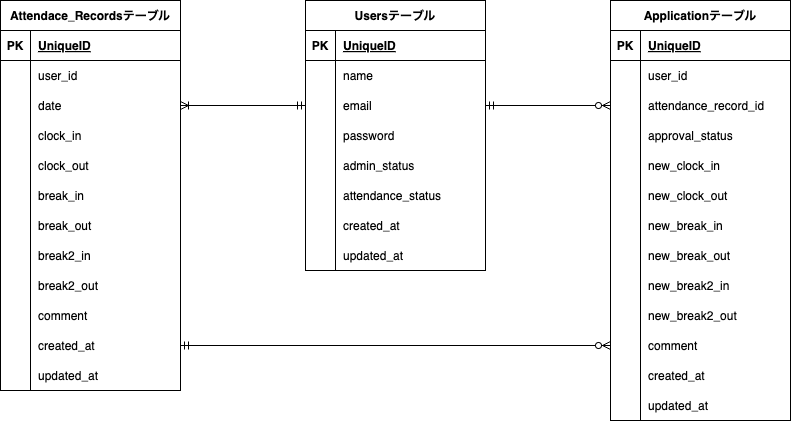
Before: er.drawio.png, a diagram exported from draw.io (nanaka-miura/Attendance-management-system). Source tidied: cells renumbered, new cells last; positions are measured from the earlier drawing's top-left corner, leaving out a move shared by most shapes.
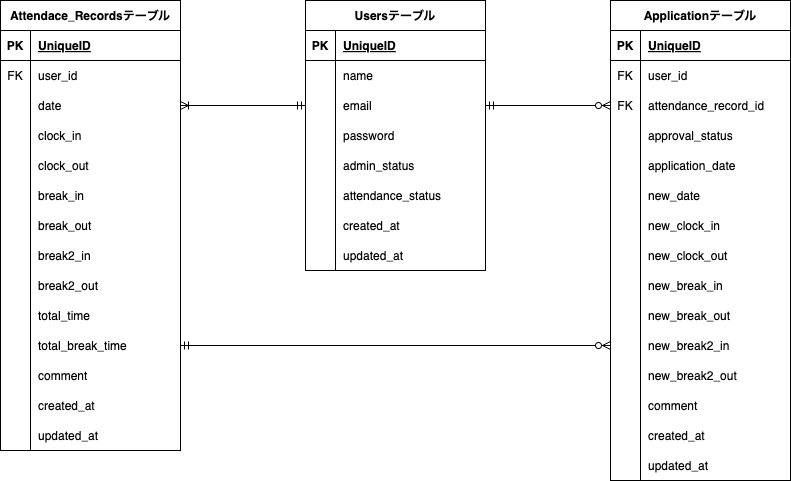
The same diagram one commit later.

Diff of the diagram source:
```diff
@@ -78,7 +78,7 @@
       <mxGeometry x="30" width="150" height="30" as="geometry" />
     </mxCell>
     <mxCell id="27" value="Attendace_Recordsテーブル" style="shape=table;startSize=30;rowLines=0;fontStyle=1;align=center;" parent="1" vertex="1">
-      <mxGeometry width="180" height="390" as="geometry" />
+      <mxGeometry width="180" height="450" as="geometry" />
     </mxCell>
     <mxCell id="28" style="shape=tableRow;horizontal=0;startSize=0;swimlaneHead=0;swimlaneBody=0;fillColor=none;top=0;left=0;right=0;bottom=1;" parent="27" vertex="1">
       <mxGeometry y="30" width="180" height="30" as="geometry" />
@@ -92,7 +92,7 @@
     <mxCell id="31" style="shape=tableRow;horizontal=0;startSize=0;swimlaneHead=0;swimlaneBody=0;fillColor=none;top=0;left=0;right=0;bottom=0;" parent="27" vertex="1">
       <mxGeometry y="60" width="180" height="30" as="geometry" />
     </mxCell>
-    <mxCell id="32" style="shape=partialRectangle;fillColor=none;top=0;left=0;bottom=0;right=0;overflow=hidden;" parent="31" vertex="1">
+    <mxCell id="32" value="FK" style="shape=partialRectangle;fillColor=none;top=0;left=0;bottom=0;right=0;overflow=hidden;" parent="31" vertex="1">
       <mxGeometry width="30" height="30" as="geometry" />
     </mxCell>
     <mxCell id="33" value="user_id" style="shape=partialRectangle;fillColor=none;top=0;left=0;bottom=0;right=0;align=left;spacingLeft=6;overflow=hidden;" parent="31" vertex="1">
@@ -167,7 +167,7 @@
     <mxCell id="56" style="shape=partialRectangle;fillColor=none;top=0;left=0;bottom=0;right=0;overflow=hidden;" parent="55" vertex="1">
       <mxGeometry width="30" height="30" as="geometry" />
     </mxCell>
-    <mxCell id="57" value="comment" style="shape=partialRectangle;fillColor=none;top=0;left=0;bottom=0;right=0;align=left;spacingLeft=6;overflow=hidden;" parent="55" vertex="1">
+    <mxCell id="57" value="total_time" style="shape=partialRectangle;fillColor=none;top=0;left=0;bottom=0;right=0;align=left;spacingLeft=6;overflow=hidden;" parent="55" vertex="1">
       <mxGeometry x="30" width="150" height="30" as="geometry" />
     </mxCell>
     <mxCell id="58" style="shape=tableRow;horizontal=0;startSize=0;swimlaneHead=0;swimlaneBody=0;fillColor=none;points=[[0,0.5],[1,0.5]];portConstraint=eastwest;top=0;left=0;right=0;bottom=0;" parent="27" vertex="1">
@@ -176,7 +176,7 @@
     <mxCell id="59" style="shape=partialRectangle;fillColor=none;top=0;left=0;bottom=0;right=0;overflow=hidden;" parent="58" vertex="1">
       <mxGeometry width="30" height="30" as="geometry" />
     </mxCell>
-    <mxCell id="60" value="created_at" style="shape=partialRectangle;fillColor=none;top=0;left=0;bottom=0;right=0;align=left;spacingLeft=6;overflow=hidden;" parent="58" vertex="1">
+    <mxCell id="60" value="total_break_time" style="shape=partialRectangle;fillColor=none;top=0;left=0;bottom=0;right=0;align=left;spacingLeft=6;overflow=hidden;" parent="58" vertex="1">
       <mxGeometry x="30" width="150" height="30" as="geometry" />
     </mxCell>
     <mxCell id="61" style="shape=tableRow;horizontal=0;startSize=0;swimlaneHead=0;swimlaneBody=0;fillColor=none;top=0;left=0;right=0;bottom=0;" parent="27" vertex="1">
@@ -185,11 +185,29 @@
     <mxCell id="62" style="shape=partialRectangle;fillColor=none;top=0;left=0;bottom=0;right=0;overflow=hidden;" parent="61" vertex="1">
       <mxGeometry width="30" height="30" as="geometry" />
     </mxCell>
-    <mxCell id="63" value="updated_at" style="shape=partialRectangle;fillColor=none;top=0;left=0;bottom=0;right=0;align=left;spacingLeft=6;overflow=hidden;" parent="61" vertex="1">
+    <mxCell id="63" value="comment" style="shape=partialRectangle;fillColor=none;top=0;left=0;bottom=0;right=0;align=left;spacingLeft=6;overflow=hidden;" parent="61" vertex="1">
       <mxGeometry x="30" width="150" height="30" as="geometry" />
     </mxCell>
+    <mxCell id="107" style="shape=tableRow;horizontal=0;startSize=0;swimlaneHead=0;swimlaneBody=0;fillColor=none;top=0;left=0;right=0;bottom=0;" parent="27" vertex="1">
+      <mxGeometry y="390" width="180" height="30" as="geometry" />
+    </mxCell>
+    <mxCell id="108" style="shape=partialRectangle;fillColor=none;top=0;left=0;bottom=0;right=0;overflow=hidden;" parent="107" vertex="1">
+      <mxGeometry width="30" height="30" as="geometry" />
+    </mxCell>
+    <mxCell id="109" value="created_at" style="shape=partialRectangle;fillColor=none;top=0;left=0;bottom=0;right=0;align=left;spacingLeft=6;overflow=hidden;" parent="107" vertex="1">
+      <mxGeometry x="30" width="150" height="30" as="geometry" />
+    </mxCell>
+    <mxCell id="110" style="shape=tableRow;horizontal=0;startSize=0;swimlaneHead=0;swimlaneBody=0;fillColor=none;top=0;left=0;right=0;bottom=0;" parent="27" vertex="1">
+      <mxGeometry y="420" width="180" height="30" as="geometry" />
+    </mxCell>
+    <mxCell id="111" style="shape=partialRectangle;fillColor=none;top=0;left=0;bottom=0;right=0;overflow=hidden;" parent="110" vertex="1">
+      <mxGeometry width="30" height="30" as="geometry" />
+    </mxCell>
+    <mxCell id="112" value="updated_at" style="shape=partialRectangle;fillColor=none;top=0;left=0;bottom=0;right=0;align=left;spacingLeft=6;overflow=hidden;" parent="110" vertex="1">
+      <mxGeometry x="30" width="150" height="30" as="geometry" />
+    </mxCell>
     <mxCell id="64" value="Applicationテーブル" style="shape=table;startSize=30;rowLines=0;fontStyle=1;align=center;" parent="1" vertex="1">
-      <mxGeometry x="610" width="180" height="420" as="geometry" />
+      <mxGeometry x="610" width="180" height="480" as="geometry" />
     </mxCell>
     <mxCell id="65" style="shape=tableRow;horizontal=0;startSize=0;swimlaneHead=0;swimlaneBody=0;fillColor=none;top=0;left=0;right=0;bottom=1;" parent="64" vertex="1">
       <mxGeometry y="30" width="180" height="30" as="geometry" />
@@ -203,7 +221,7 @@
     <mxCell id="68" style="shape=tableRow;horizontal=0;startSize=0;swimlaneHead=0;swimlaneBody=0;fillColor=none;top=0;left=0;right=0;bottom=0;" parent="64" vertex="1">
       <mxGeometry y="60" width="180" height="30" as="geometry" />
     </mxCell>
-    <mxCell id="69" style="shape=partialRectangle;fillColor=none;top=0;left=0;bottom=0;right=0;overflow=hidden;" parent="68" vertex="1">
+    <mxCell id="69" value="FK" style="shape=partialRectangle;fillColor=none;top=0;left=0;bottom=0;right=0;overflow=hidden;" parent="68" vertex="1">
       <mxGeometry width="30" height="30" as="geometry" />
     </mxCell>
     <mxCell id="70" value="user_id" style="shape=partialRectangle;fillColor=none;top=0;left=0;bottom=0;right=0;align=left;spacingLeft=6;overflow=hidden;" parent="68" vertex="1">
@@ -212,7 +230,7 @@
     <mxCell id="71" style="shape=tableRow;horizontal=0;startSize=0;swimlaneHead=0;swimlaneBody=0;fillColor=none;points=[[0,0.5],[1,0.5]];portConstraint=eastwest;top=0;left=0;right=0;bottom=0;" parent="64" vertex="1">
       <mxGeometry y="90" width="180" height="30" as="geometry" />
     </mxCell>
-    <mxCell id="72" style="shape=partialRectangle;fillColor=none;top=0;left=0;bottom=0;right=0;overflow=hidden;" parent="71" vertex="1">
+    <mxCell id="72" value="FK" style="shape=partialRectangle;fillColor=none;top=0;left=0;bottom=0;right=0;overflow=hidden;" parent="71" vertex="1">
       <mxGeometry width="30" height="30" as="geometry" />
     </mxCell>
     <mxCell id="73" value="attendance_record_id" style="shape=partialRectangle;fillColor=none;top=0;left=0;bottom=0;right=0;align=left;spacingLeft=6;overflow=hidden;" parent="71" vertex="1">
@@ -233,7 +251,7 @@
     <mxCell id="78" style="shape=partialRectangle;fillColor=none;top=0;left=0;bottom=0;right=0;overflow=hidden;" parent="77" vertex="1">
       <mxGeometry width="30" height="30" as="geometry" />
     </mxCell>
-    <mxCell id="79" value="new_clock_in" style="shape=partialRectangle;fillColor=none;top=0;left=0;bottom=0;right=0;align=left;spacingLeft=6;overflow=hidden;" parent="77" vertex="1">
+    <mxCell id="79" value="application_date" style="shape=partialRectangle;fillColor=none;top=0;left=0;bottom=0;right=0;align=left;spacingLeft=6;overflow=hidden;" parent="77" vertex="1">
       <mxGeometry x="30" width="150" height="30" as="geometry" />
     </mxCell>
     <mxCell id="80" style="shape=tableRow;horizontal=0;startSize=0;swimlaneHead=0;swimlaneBody=0;fillColor=none;top=0;left=0;right=0;bottom=0;" parent="64" vertex="1">
@@ -242,7 +260,7 @@
     <mxCell id="81" style="shape=partialRectangle;fillColor=none;top=0;left=0;bottom=0;right=0;overflow=hidden;" parent="80" vertex="1">
       <mxGeometry width="30" height="30" as="geometry" />
     </mxCell>
-    <mxCell id="82" value="new_clock_out" style="shape=partialRectangle;fillColor=none;top=0;left=0;bottom=0;right=0;align=left;spacingLeft=6;overflow=hidden;" parent="80" vertex="1">
+    <mxCell id="82" value="new_date" style="shape=partialRectangle;fillColor=none;top=0;left=0;bottom=0;right=0;align=left;spacingLeft=6;overflow=hidden;" parent="80" vertex="1">
       <mxGeometry x="30" width="150" height="30" as="geometry" />
     </mxCell>
     <mxCell id="83" style="shape=tableRow;horizontal=0;startSize=0;swimlaneHead=0;swimlaneBody=0;fillColor=none;top=0;left=0;right=0;bottom=0;" parent="64" vertex="1">
@@ -251,7 +269,7 @@
     <mxCell id="84" style="shape=partialRectangle;fillColor=none;top=0;left=0;bottom=0;right=0;overflow=hidden;" parent="83" vertex="1">
       <mxGeometry width="30" height="30" as="geometry" />
     </mxCell>
-    <mxCell id="85" value="new_break_in" style="shape=partialRectangle;fillColor=none;top=0;left=0;bottom=0;right=0;align=left;spacingLeft=6;overflow=hidden;" parent="83" vertex="1">
+    <mxCell id="85" value="new_clock_in" style="shape=partialRectangle;fillColor=none;top=0;left=0;bottom=0;right=0;align=left;spacingLeft=6;overflow=hidden;" parent="83" vertex="1">
       <mxGeometry x="30" width="150" height="30" as="geometry" />
     </mxCell>
     <mxCell id="86" style="shape=tableRow;horizontal=0;startSize=0;swimlaneHead=0;swimlaneBody=0;fillColor=none;top=0;left=0;right=0;bottom=0;" parent="64" vertex="1">
@@ -260,7 +278,7 @@
     <mxCell id="87" style="shape=partialRectangle;fillColor=none;top=0;left=0;bottom=0;right=0;overflow=hidden;" parent="86" vertex="1">
       <mxGeometry width="30" height="30" as="geometry" />
     </mxCell>
-    <mxCell id="88" value="new_break_out" style="shape=partialRectangle;fillColor=none;top=0;left=0;bottom=0;right=0;align=left;spacingLeft=6;overflow=hidden;" parent="86" vertex="1">
+    <mxCell id="88" value="new_clock_out" style="shape=partialRectangle;fillColor=none;top=0;left=0;bottom=0;right=0;align=left;spacingLeft=6;overflow=hidden;" parent="86" vertex="1">
       <mxGeometry x="30" width="150" height="30" as="geometry" />
     </mxCell>
     <mxCell id="89" style="shape=tableRow;horizontal=0;startSize=0;swimlaneHead=0;swimlaneBody=0;fillColor=none;top=0;left=0;right=0;bottom=0;" parent="64" vertex="1">
@@ -269,7 +287,7 @@
     <mxCell id="90" style="shape=partialRectangle;fillColor=none;top=0;left=0;bottom=0;right=0;overflow=hidden;" parent="89" vertex="1">
       <mxGeometry width="30" height="30" as="geometry" />
     </mxCell>
-    <mxCell id="91" value="new_break2_in" style="shape=partialRectangle;fillColor=none;top=0;left=0;bottom=0;right=0;align=left;spacingLeft=6;overflow=hidden;" parent="89" vertex="1">
+    <mxCell id="91" value="new_break_in" style="shape=partialRectangle;fillColor=none;top=0;left=0;bottom=0;right=0;align=left;spacingLeft=6;overflow=hidden;" parent="89" vertex="1">
       <mxGeometry x="30" width="150" height="30" as="geometry" />
     </mxCell>
     <mxCell id="92" style="shape=tableRow;horizontal=0;startSize=0;swimlaneHead=0;swimlaneBody=0;fillColor=none;top=0;left=0;right=0;bottom=0;" parent="64" vertex="1">
@@ -278,7 +296,7 @@
     <mxCell id="93" style="shape=partialRectangle;fillColor=none;top=0;left=0;bottom=0;right=0;overflow=hidden;" parent="92" vertex="1">
       <mxGeometry width="30" height="30" as="geometry" />
     </mxCell>
-    <mxCell id="94" value="new_break2_out" style="shape=partialRectangle;fillColor=none;top=0;left=0;bottom=0;right=0;align=left;spacingLeft=6;overflow=hidden;" parent="92" vertex="1">
+    <mxCell id="94" value="new_break_out" style="shape=partialRectangle;fillColor=none;top=0;left=0;bottom=0;right=0;align=left;spacingLeft=6;overflow=hidden;" parent="92" vertex="1">
       <mxGeometry x="30" width="150" height="30" as="geometry" />
     </mxCell>
     <mxCell id="95" style="shape=tableRow;horizontal=0;startSize=0;swimlaneHead=0;swimlaneBody=0;fillColor=none;points=[[0,0.5],[1,0.5]];portConstraint=eastwest;top=0;left=0;right=0;bottom=0;" parent="64" vertex="1">
@@ -287,7 +305,7 @@
     <mxCell id="96" style="shape=partialRectangle;fillColor=none;top=0;left=0;bottom=0;right=0;overflow=hidden;" parent="95" vertex="1">
       <mxGeometry width="30" height="30" as="geometry" />
     </mxCell>
-    <mxCell id="97" value="comment" style="shape=partialRectangle;fillColor=none;top=0;left=0;bottom=0;right=0;align=left;spacingLeft=6;overflow=hidden;" parent="95" vertex="1">
+    <mxCell id="97" value="new_break2_in" style="shape=partialRectangle;fillColor=none;top=0;left=0;bottom=0;right=0;align=left;spacingLeft=6;overflow=hidden;" parent="95" vertex="1">
       <mxGeometry x="30" width="150" height="30" as="geometry" />
     </mxCell>
     <mxCell id="98" style="shape=tableRow;horizontal=0;startSize=0;swimlaneHead=0;swimlaneBody=0;fillColor=none;top=0;left=0;right=0;bottom=0;" parent="64" vertex="1">
@@ -296,7 +314,7 @@
     <mxCell id="99" style="shape=partialRectangle;fillColor=none;top=0;left=0;bottom=0;right=0;overflow=hidden;" parent="98" vertex="1">
       <mxGeometry width="30" height="30" as="geometry" />
     </mxCell>
-    <mxCell id="100" value="created_at" style="shape=partialRectangle;fillColor=none;top=0;left=0;bottom=0;right=0;align=left;spacingLeft=6;overflow=hidden;" parent="98" vertex="1">
+    <mxCell id="100" value="new_break2_out" style="shape=partialRectangle;fillColor=none;top=0;left=0;bottom=0;right=0;align=left;spacingLeft=6;overflow=hidden;" parent="98" vertex="1">
       <mxGeometry x="30" width="150" height="30" as="geometry" />
     </mxCell>
     <mxCell id="101" style="shape=tableRow;horizontal=0;startSize=0;swimlaneHead=0;swimlaneBody=0;fillColor=none;top=0;left=0;right=0;bottom=0;" parent="64" vertex="1">
@@ -305,9 +323,27 @@
     <mxCell id="102" style="shape=partialRectangle;fillColor=none;top=0;left=0;bottom=0;right=0;overflow=hidden;" parent="101" vertex="1">
       <mxGeometry width="30" height="30" as="geometry" />
     </mxCell>
-    <mxCell id="103" value="updated_at" style="shape=partialRectangle;fillColor=none;top=0;left=0;bottom=0;right=0;align=left;spacingLeft=6;overflow=hidden;" parent="101" vertex="1">
+    <mxCell id="103" value="comment" style="shape=partialRectangle;fillColor=none;top=0;left=0;bottom=0;right=0;align=left;spacingLeft=6;overflow=hidden;" parent="101" vertex="1">
       <mxGeometry x="30" width="150" height="30" as="geometry" />
     </mxCell>
+    <mxCell id="113" style="shape=tableRow;horizontal=0;startSize=0;swimlaneHead=0;swimlaneBody=0;fillColor=none;top=0;left=0;right=0;bottom=0;" parent="64" vertex="1">
+      <mxGeometry y="420" width="180" height="30" as="geometry" />
+    </mxCell>
+    <mxCell id="114" style="shape=partialRectangle;fillColor=none;top=0;left=0;bottom=0;right=0;overflow=hidden;" parent="113" vertex="1">
+      <mxGeometry width="30" height="30" as="geometry" />
+    </mxCell>
+    <mxCell id="115" value="created_at" style="shape=partialRectangle;fillColor=none;top=0;left=0;bottom=0;right=0;align=left;spacingLeft=6;overflow=hidden;" parent="113" vertex="1">
+      <mxGeometry x="30" width="150" height="30" as="geometry" />
+    </mxCell>
+    <mxCell id="116" style="shape=tableRow;horizontal=0;startSize=0;swimlaneHead=0;swimlaneBody=0;fillColor=none;top=0;left=0;right=0;bottom=0;" parent="64" vertex="1">
+      <mxGeometry y="450" width="180" height="30" as="geometry" />
+    </mxCell>
+    <mxCell id="117" style="shape=partialRectangle;fillColor=none;top=0;left=0;bottom=0;right=0;overflow=hidden;" parent="116" vertex="1">
+      <mxGeometry width="30" height="30" as="geometry" />
+    </mxCell>
+    <mxCell id="118" value="updated_at" style="shape=partialRectangle;fillColor=none;top=0;left=0;bottom=0;right=0;align=left;spacingLeft=6;overflow=hidden;" parent="116" vertex="1">
+      <mxGeometry x="30" width="150" height="30" as="geometry" />
+    </mxCell>
     <mxCell id="104" style="edgeStyle=none;html=1;exitX=1;exitY=0.5;exitDx=0;exitDy=0;entryX=0;entryY=0.5;entryDx=0;entryDy=0;startArrow=ERmandOne;startFill=0;endArrow=ERzeroToMany;endFill=0;" parent="1" edge="1" source="9" target="71">
       <mxGeometry relative="1" as="geometry" />
     </mxCell>
```
